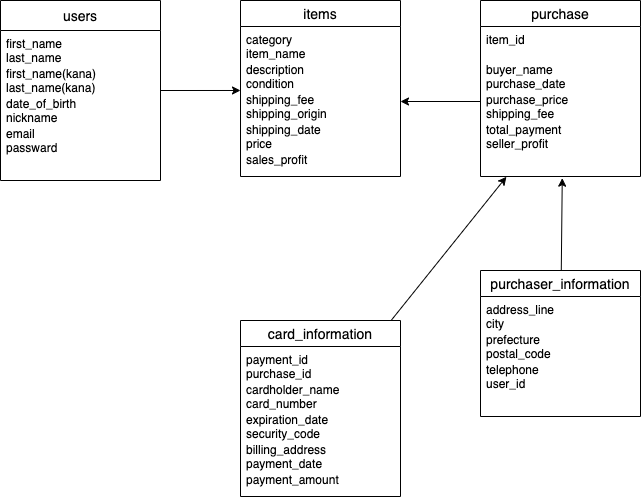
minamoit/furima-39233 keeps this draw.io diagram as furima.png. Above is the earlier version. Source tidied: cells renumbered, new cells last; positions are measured from the earlier drawing's top-left corner, leaving out a move shared by most shapes.
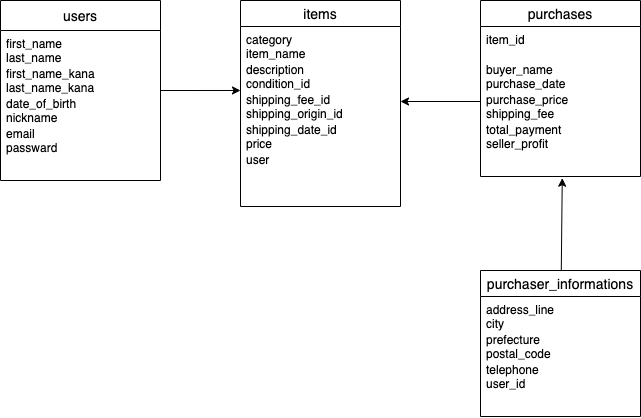
After the change.

What changed in the source:
```diff
@@ -17,7 +17,7 @@
     <mxCell id="5" value="first_name&#10;last_name&#10;first_name(kana)&#10;last_name(kana)&#10;" style="text;strokeColor=none;fillColor=none;spacingLeft=4;spacingRight=4;overflow=hidden;fontSize=12;rounded=0;" parent="4" vertex="1">
       <mxGeometry y="30" width="160" height="30" as="geometry" />
     </mxCell>
-    <mxCell id="6" value="first_name(kana)&#10;last_name(kana)" style="text;strokeColor=none;fillColor=none;spacingLeft=4;spacingRight=4;overflow=hidden;fontSize=12;rounded=0;" parent="4" vertex="1">
+    <mxCell id="6" value="first_name_kana&#10;last_name_kana" style="text;strokeColor=none;fillColor=none;spacingLeft=4;spacingRight=4;overflow=hidden;fontSize=12;rounded=0;" parent="4" vertex="1">
       <mxGeometry y="60" width="160" height="30" as="geometry" />
     </mxCell>
     <mxCell id="7" value="date_of_birth&#10;nickname&#10;email&#10;passward" style="text;strokeColor=none;fillColor=none;spacingLeft=4;spacingRight=4;overflow=hidden;fontSize=12;rounded=0;" parent="4" vertex="1">
@@ -30,24 +30,27 @@
       <mxGeometry y="150" width="160" height="30" as="geometry" />
     </mxCell>
     <mxCell id="10" value="items" style="swimlane;fontStyle=0;horizontal=1;startSize=26;align=center;fontSize=14;" parent="1" vertex="1">
-      <mxGeometry x="240" width="160" height="176" as="geometry" />
+      <mxGeometry x="240" width="160" height="206" as="geometry" />
     </mxCell>
     <mxCell id="11" value="category&#10;item_name&#10;" style="text;strokeColor=none;fillColor=none;spacingLeft=4;spacingRight=4;overflow=hidden;fontSize=12;" parent="10" vertex="1">
       <mxGeometry y="26" width="160" height="30" as="geometry" />
     </mxCell>
-    <mxCell id="12" value="description&#10;condition" style="text;strokeColor=none;fillColor=none;spacingLeft=4;spacingRight=4;overflow=hidden;fontSize=12;" parent="10" vertex="1">
+    <mxCell id="12" value="description&#10;condition_id" style="text;strokeColor=none;fillColor=none;spacingLeft=4;spacingRight=4;overflow=hidden;fontSize=12;" parent="10" vertex="1">
       <mxGeometry y="56" width="160" height="30" as="geometry" />
     </mxCell>
-    <mxCell id="13" value="shipping_fee&#10;shipping_origin&#10;shipping_date&#10;price&#10;sales_profit" style="text;strokeColor=none;fillColor=none;spacingLeft=4;spacingRight=4;overflow=hidden;points=[[0,0.5],[1,0.5]];portConstraint=eastwest;fontSize=12;" parent="10" vertex="1">
+    <mxCell id="13" value="shipping_fee_id&#10;shipping_origin_id&#10;shipping_date_id&#10;price&#10;sales_profit" style="text;strokeColor=none;fillColor=none;spacingLeft=4;spacingRight=4;overflow=hidden;points=[[0,0.5],[1,0.5]];portConstraint=eastwest;fontSize=12;" parent="10" vertex="1">
       <mxGeometry y="86" width="160" height="30" as="geometry" />
     </mxCell>
-    <mxCell id="14" value="shipping_date&#10;price&#10;sales_profit" style="text;strokeColor=none;fillColor=none;spacingLeft=4;spacingRight=4;overflow=hidden;fontSize=12;" parent="10" vertex="1">
+    <mxCell id="14" value="shipping_date_id&#10;price&#10;sales_profit" style="text;strokeColor=none;fillColor=none;spacingLeft=4;spacingRight=4;overflow=hidden;fontSize=12;" parent="10" vertex="1">
       <mxGeometry y="116" width="160" height="30" as="geometry" />
     </mxCell>
-    <mxCell id="15" value="sales_profit&#10;" style="text;strokeColor=none;fillColor=none;spacingLeft=4;spacingRight=4;overflow=hidden;fontSize=12;" parent="10" vertex="1">
+    <mxCell id="15" value="user" style="text;strokeColor=none;fillColor=none;spacingLeft=4;spacingRight=4;overflow=hidden;fontSize=12;" parent="10" vertex="1">
       <mxGeometry y="146" width="160" height="30" as="geometry" />
     </mxCell>
+    <mxCell id="36" style="text;strokeColor=none;fillColor=none;spacingLeft=4;spacingRight=4;overflow=hidden;fontSize=12;" parent="10" vertex="1">
+      <mxGeometry y="176" width="160" height="30" as="geometry" />
+    </mxCell>
-    <mxCell id="16" value="purchase" style="swimlane;fontStyle=0;horizontal=1;startSize=26;align=center;fontSize=14;" parent="1" vertex="1">
+    <mxCell id="16" value="purchases" style="swimlane;fontStyle=0;horizontal=1;startSize=26;align=center;fontSize=14;" parent="1" vertex="1">
       <mxGeometry x="480" width="160" height="176" as="geometry" />
     </mxCell>
     <mxCell id="17" value="item_id" style="text;strokeColor=none;fillColor=none;spacingLeft=4;spacingRight=4;overflow=hidden;fontSize=12;" parent="16" vertex="1">
@@ -68,7 +71,7 @@
     <mxCell id="22" style="edgeStyle=none;html=1;entryX=0.511;entryY=1.056;entryDx=0;entryDy=0;entryPerimeter=0;" parent="1" edge="1" source="23" target="21">
       <mxGeometry relative="1" as="geometry" />
     </mxCell>
-    <mxCell id="23" value="purchaser_information" style="swimlane;fontStyle=0;horizontal=1;startSize=26;align=center;fontSize=14;" parent="1" vertex="1">
+    <mxCell id="23" value="purchaser_informations" style="swimlane;fontStyle=0;horizontal=1;startSize=26;align=center;fontSize=14;" parent="1" vertex="1">
       <mxGeometry x="480" y="270" width="160" height="146" as="geometry" />
     </mxCell>
     <mxCell id="24" value="address_line&#10;city&#10;" style="text;strokeColor=none;fillColor=none;spacingLeft=4;spacingRight=4;overflow=hidden;fontSize=12;" parent="23" vertex="1">
@@ -83,27 +86,6 @@
     <mxCell id="27" style="text;strokeColor=none;fillColor=none;spacingLeft=4;spacingRight=4;overflow=hidden;fontSize=12;" parent="23" vertex="1">
       <mxGeometry y="116" width="160" height="30" as="geometry" />
     </mxCell>
-    <mxCell id="28" style="edgeStyle=none;html=1;entryX=0.162;entryY=1.01;entryDx=0;entryDy=0;entryPerimeter=0;" parent="1" edge="1" source="29" target="21">
-      <mxGeometry relative="1" as="geometry" />
-    </mxCell>
-    <mxCell id="29" value="card_information" style="swimlane;fontStyle=0;horizontal=1;startSize=26;align=center;fontSize=14;" parent="1" vertex="1">
-      <mxGeometry x="240" y="320" width="160" height="176" as="geometry" />
-    </mxCell>
-    <mxCell id="30" value="payment_id&#10;purchase_id&#10;" style="text;strokeColor=none;fillColor=none;spacingLeft=4;spacingRight=4;overflow=hidden;fontSize=12;" parent="29" vertex="1">
-      <mxGeometry y="26" width="160" height="30" as="geometry" />
-    </mxCell>
-    <mxCell id="31" value="cardholder_name&#10;card_number&#10;" style="text;strokeColor=none;fillColor=none;spacingLeft=4;spacingRight=4;overflow=hidden;fontSize=12;" parent="29" vertex="1">
-      <mxGeometry y="56" width="160" height="30" as="geometry" />
-    </mxCell>
-    <mxCell id="32" value="expiration_date&#10;security_code&#10;billing_address&#10;" style="text;strokeColor=none;fillColor=none;spacingLeft=4;spacingRight=4;overflow=hidden;fontSize=12;" parent="29" vertex="1">
-      <mxGeometry y="86" width="160" height="30" as="geometry" />
-    </mxCell>
-    <mxCell id="33" value="billing_address&#10;payment_date&#10;" style="text;strokeColor=none;fillColor=none;spacingLeft=4;spacingRight=4;overflow=hidden;fontSize=12;" parent="29" vertex="1">
-      <mxGeometry y="116" width="160" height="30" as="geometry" />
-    </mxCell>
-    <mxCell id="34" value="payment_amount" style="text;strokeColor=none;fillColor=none;spacingLeft=4;spacingRight=4;overflow=hidden;fontSize=12;" parent="29" vertex="1">
-      <mxGeometry y="146" width="160" height="30" as="geometry" />
-    </mxCell>
     <mxCell id="35" style="edgeStyle=none;html=1;exitX=0;exitY=0.5;exitDx=0;exitDy=0;entryX=1;entryY=0.5;entryDx=0;entryDy=0;" parent="1" edge="1" source="19" target="13">
       <mxGeometry relative="1" as="geometry" />
     </mxCell>
```
